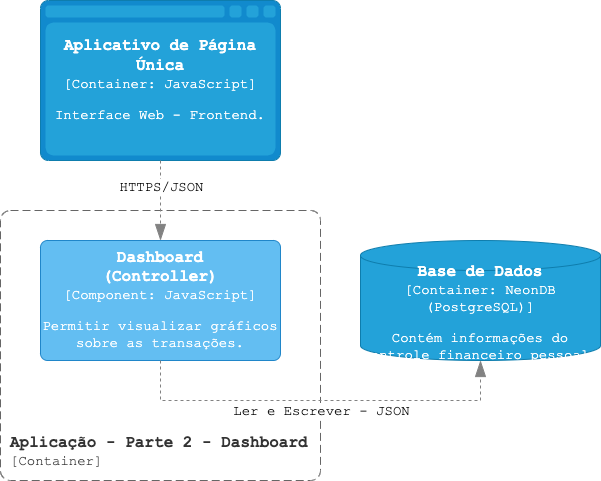
The draw.io diagram docs/C4ComponenteDashboard.png in GVBP/CatolicaSC-Portfolio, before a commit. Source tidied: cells renumbered, new cells last; positions are measured from the earlier drawing's top-left corner, leaving out a move shared by most shapes.
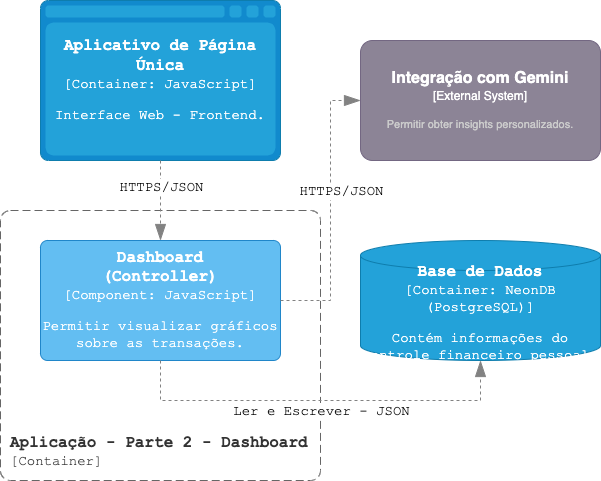
Above is the later version.

Commit message:
docs: update dashboard component image

The edit, as a diff of the source:
```diff
@@ -47,5 +47,23 @@
         <mxPoint x="106" y="7" as="offset" />
       </mxGeometry>
     </mxCell>
+    <object id="10" label="&lt;font style=&quot;font-size: 16px&quot;&gt;&lt;b&gt;%c4Name%&lt;/b&gt;&lt;/font&gt;&lt;div&gt;[%c4Type%]&lt;/div&gt;&lt;br&gt;&lt;div&gt;&lt;font style=&quot;font-size: 11px&quot;&gt;&lt;font color=&quot;#cccccc&quot;&gt;%c4Description%&lt;/font&gt;&lt;/div&gt;" c4Description="Permitir obter insights personalizados." c4Name="Integração com Gemini" c4Type="External System" placeholders="1">
+      <mxCell style="rounded=1;whiteSpace=wrap;html=1;labelBackgroundColor=none;fillColor=#8C8496;fontColor=#ffffff;align=center;arcSize=10;strokeColor=#736782;points=[[0.25,0,0],[0.5,0,0],[0.75,0,0],[1,0.25,0],[1,0.5,0],[1,0.75,0],[0.75,1,0],[0.5,1,0],[0.25,1,0],[0,0.75,0],[0,0.5,0],[0,0.25,0]];" parent="1" vertex="1">
+        <mxGeometry x="360" y="40" width="240" height="120" as="geometry" />
+      </mxCell>
+    </object>
+    <object id="11" label="" c4Type="Relationship" placeholders="1">
+      <mxCell style="endArrow=blockThin;html=1;fontSize=10;fontColor=#404040;strokeWidth=1;endFill=1;strokeColor=#828282;elbow=vertical;endSize=14;startSize=14;jumpStyle=arc;jumpSize=16;rounded=0;edgeStyle=orthogonalEdgeStyle;dashed=1;entryX=0;entryY=0.5;entryDx=0;entryDy=0;entryPerimeter=0;exitX=1;exitY=0.5;exitDx=0;exitDy=0;exitPerimeter=0;" parent="1" edge="1" source="3" target="10">
+        <mxGeometry relative="1" as="geometry">
+          <Array as="points">
+            <mxPoint x="330" y="300" />
+            <mxPoint x="330" y="100" />
+          </Array>
+        </mxGeometry>
+      </mxCell>
+    </object>
+    <mxCell id="12" value="&lt;font style=&quot;font-size: 14px;&quot; face=&quot;Courier New&quot;&gt;HTTPS/JSON&lt;/font&gt;" style="edgeLabel;html=1;align=center;verticalAlign=middle;" parent="1" vertex="1">
+      <mxGeometry x="340" y="190" as="geometry" />
+    </mxCell>
   </root>
 </mxGraphModel>
```
